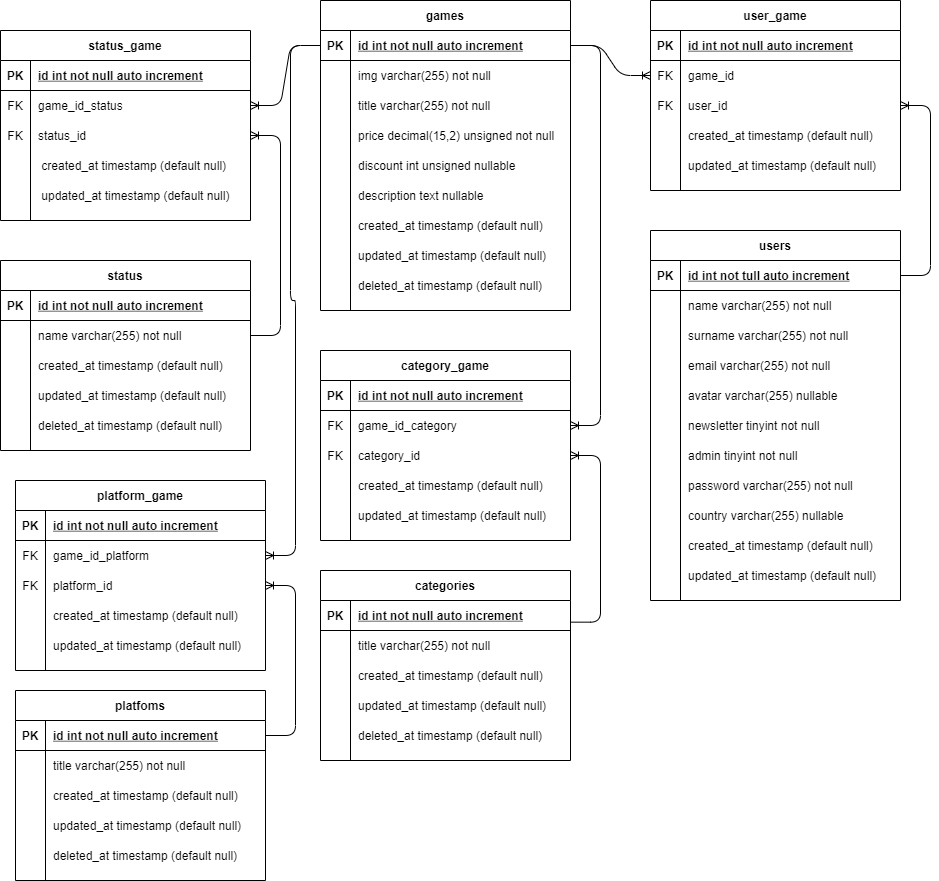
Above: src/database/diagrams/DER drawio.png in matiasncocco/grupo_6_GameCentral (draw.io), before the change. Source tidied: cells renumbered, new cells last; positions are measured from the earlier drawing's top-left corner, leaving out a move shared by most shapes.
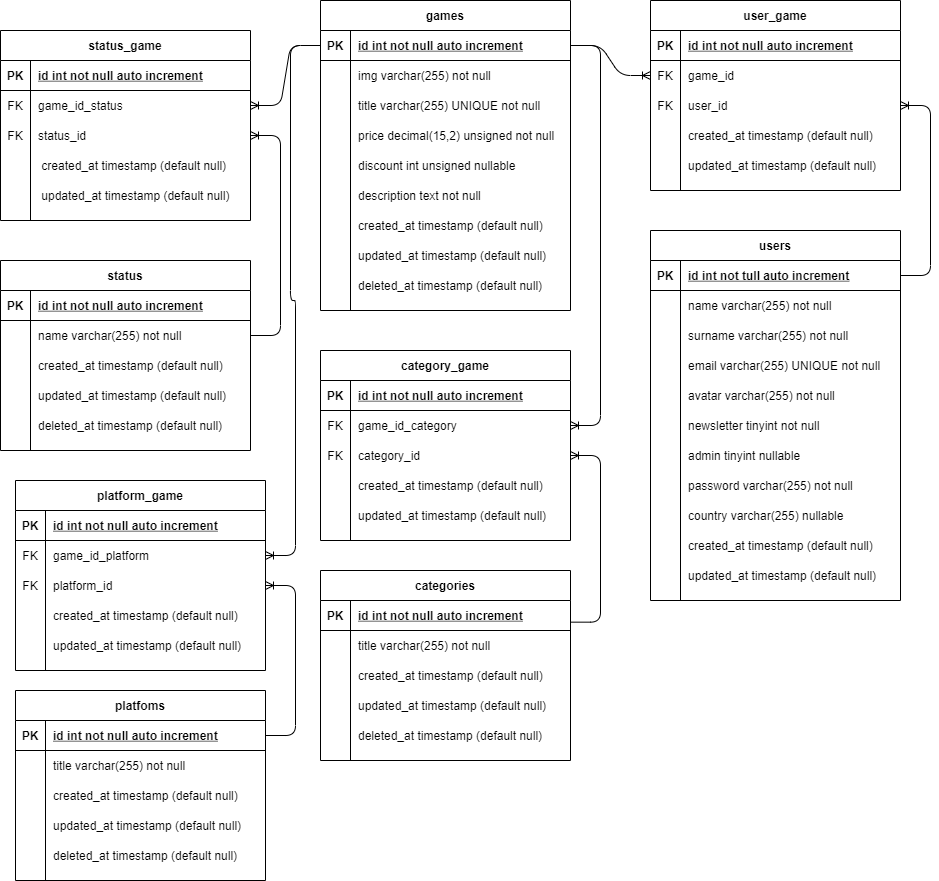
After the change.

Commit message:
updated db/scripts & db/diagrams files

The edit, as a diff of the source:
```diff
@@ -86,7 +86,7 @@
     <mxCell id="29" style="shape=partialRectangle;overflow=hidden;fillColor=none;top=0;left=0;bottom=0;right=0;" parent="28" vertex="1">
       <mxGeometry width="30" height="30" as="geometry" />
     </mxCell>
-    <mxCell id="30" value="email varchar(255) not null" style="shape=partialRectangle;overflow=hidden;fillColor=none;top=0;left=0;bottom=0;right=0;align=left;spacingLeft=6;" parent="28" vertex="1">
+    <mxCell id="30" value="email varchar(255) UNIQUE not null" style="shape=partialRectangle;overflow=hidden;fillColor=none;top=0;left=0;bottom=0;right=0;align=left;spacingLeft=6;" parent="28" vertex="1">
       <mxGeometry x="30" width="220" height="30" as="geometry" />
     </mxCell>
     <mxCell id="31" style="shape=partialRectangle;fillColor=none;top=0;left=0;right=0;bottom=0;" parent="18" vertex="1">
@@ -95,7 +95,7 @@
     <mxCell id="32" style="shape=partialRectangle;overflow=hidden;fillColor=none;top=0;left=0;bottom=0;right=0;" parent="31" vertex="1">
       <mxGeometry width="30" height="30" as="geometry" />
     </mxCell>
-    <mxCell id="33" value="avatar varchar(255) nullable" style="shape=partialRectangle;overflow=hidden;fillColor=none;top=0;left=0;bottom=0;right=0;align=left;spacingLeft=6;" parent="31" vertex="1">
+    <mxCell id="33" value="avatar varchar(255) not null" style="shape=partialRectangle;overflow=hidden;fillColor=none;top=0;left=0;bottom=0;right=0;align=left;spacingLeft=6;" parent="31" vertex="1">
       <mxGeometry x="30" width="220" height="30" as="geometry" />
     </mxCell>
     <mxCell id="34" style="shape=partialRectangle;fillColor=none;top=0;left=0;right=0;bottom=0;" parent="18" vertex="1">
@@ -113,7 +113,7 @@
     <mxCell id="38" style="shape=partialRectangle;overflow=hidden;fillColor=none;top=0;left=0;bottom=0;right=0;" parent="37" vertex="1">
       <mxGeometry width="30" height="30" as="geometry" />
     </mxCell>
-    <mxCell id="39" value="admin tinyint not null" style="shape=partialRectangle;overflow=hidden;fillColor=none;top=0;left=0;bottom=0;right=0;align=left;spacingLeft=6;" parent="37" vertex="1">
+    <mxCell id="39" value="admin tinyint nullable" style="shape=partialRectangle;overflow=hidden;fillColor=none;top=0;left=0;bottom=0;right=0;align=left;spacingLeft=6;" parent="37" vertex="1">
       <mxGeometry x="30" width="220" height="30" as="geometry" />
     </mxCell>
     <mxCell id="40" style="shape=partialRectangle;fillColor=none;top=0;left=0;right=0;bottom=0;" parent="18" vertex="1">
@@ -179,7 +179,7 @@
     <mxCell id="60" style="shape=partialRectangle;overflow=hidden;fillColor=none;top=0;left=0;bottom=0;right=0;" parent="59" vertex="1">
       <mxGeometry width="30" height="30" as="geometry" />
     </mxCell>
-    <mxCell id="61" value="title varchar(255) not null" style="shape=partialRectangle;overflow=hidden;fillColor=none;top=0;left=0;bottom=0;right=0;align=left;spacingLeft=6;" parent="59" vertex="1">
+    <mxCell id="61" value="title varchar(255) UNIQUE not null" style="shape=partialRectangle;overflow=hidden;fillColor=none;top=0;left=0;bottom=0;right=0;align=left;spacingLeft=6;" parent="59" vertex="1">
       <mxGeometry x="30" width="220" height="30" as="geometry" />
     </mxCell>
     <mxCell id="62" style="shape=partialRectangle;fillColor=none;top=0;left=0;right=0;bottom=0;" parent="52" vertex="1">
@@ -206,7 +206,7 @@
     <mxCell id="69" style="shape=partialRectangle;overflow=hidden;fillColor=none;top=0;left=0;bottom=0;right=0;" parent="68" vertex="1">
       <mxGeometry width="30" height="30" as="geometry" />
     </mxCell>
-    <mxCell id="70" value="description text nullable" style="shape=partialRectangle;overflow=hidden;fillColor=none;top=0;left=0;bottom=0;right=0;align=left;spacingLeft=6;" parent="68" vertex="1">
+    <mxCell id="70" value="description text not null" style="shape=partialRectangle;overflow=hidden;fillColor=none;top=0;left=0;bottom=0;right=0;align=left;spacingLeft=6;" parent="68" vertex="1">
       <mxGeometry x="30" width="220" height="30" as="geometry" />
     </mxCell>
     <mxCell id="71" style="shape=partialRectangle;fillColor=none;top=0;left=0;right=0;bottom=0;" parent="52" vertex="1">
```
